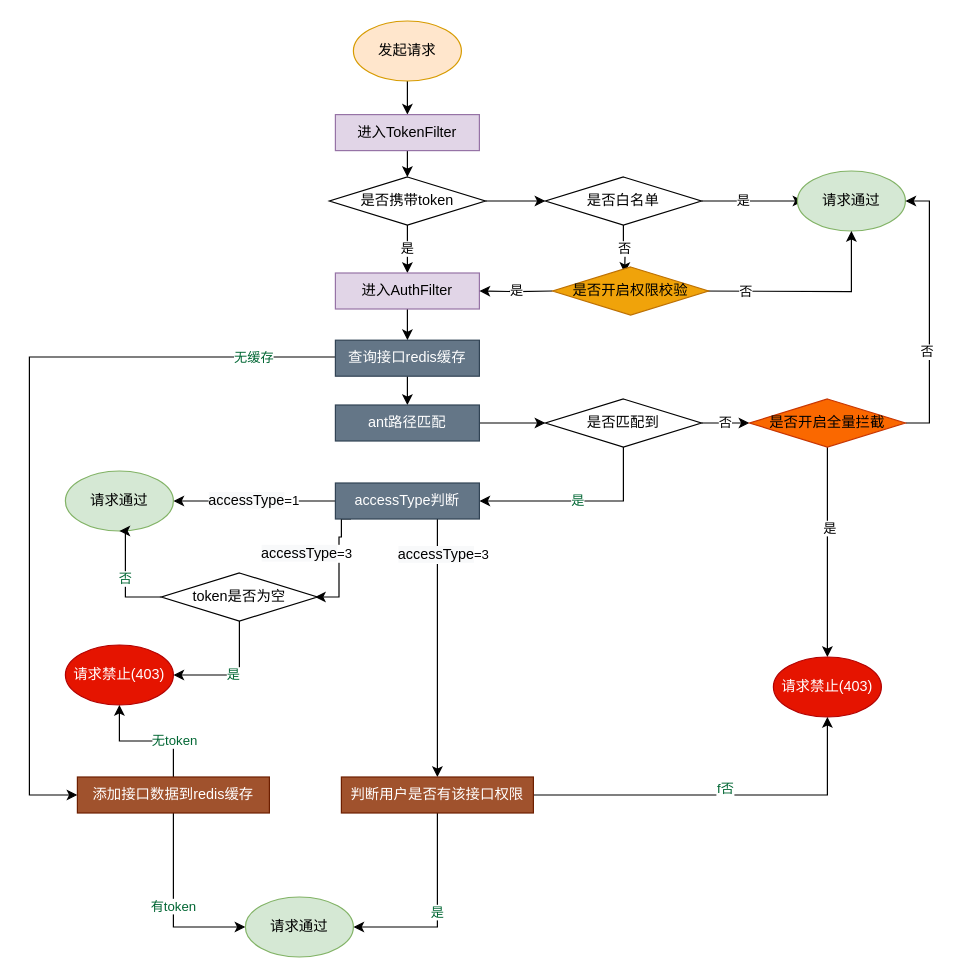
Earlier version of the draw.io diagram Untitled Diagram.drawio (lsdu0/drawio). Source tidied: cells renumbered, new cells numbered last; positions are measured from the earlier drawing's top-left corner, leaving out a move shared by most shapes. Both pictures are drawn from the tidied source at 120%, with x=0, y=0 at pixel (29, 20).
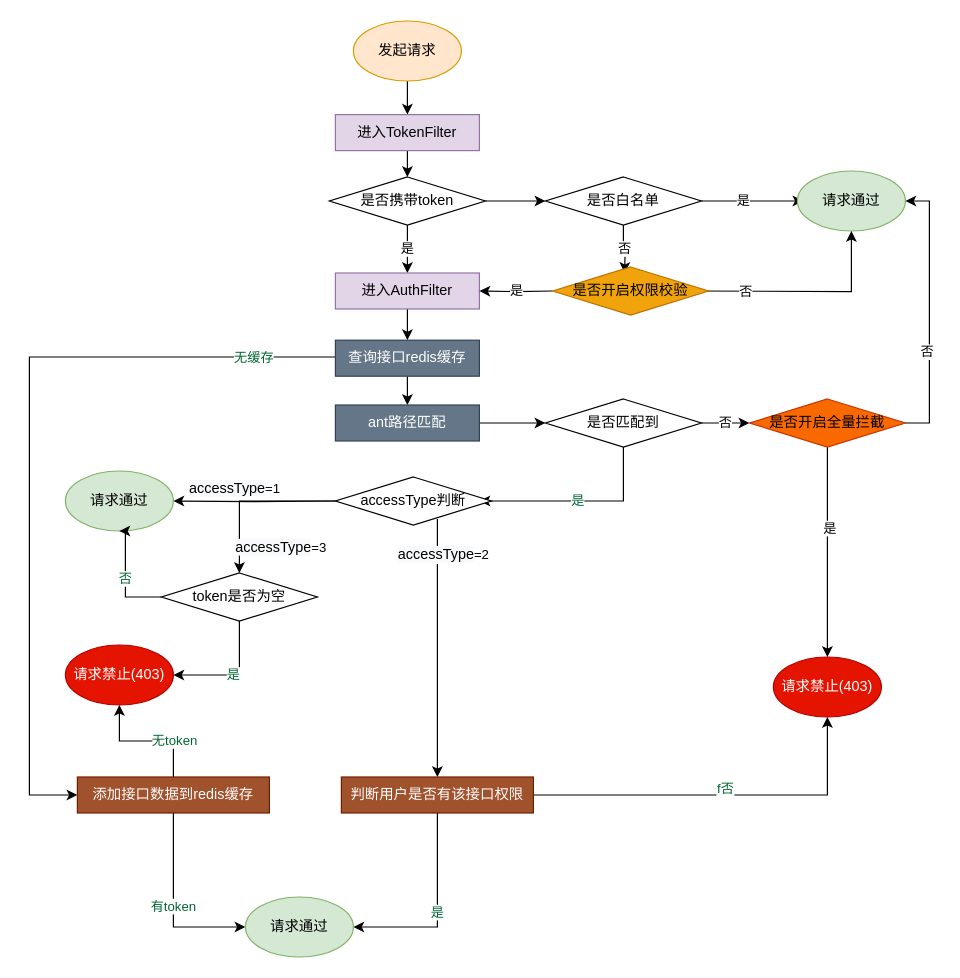
After the change.

Unchanged cells that the change refers to:
```xml
<mxCell id="29" value="是否匹配到" style="rhombus;whiteSpace=wrap;html=1;" parent="1" vertex="1">
  <mxGeometry x="430" y="315" width="130" height="40" as="geometry" />
</mxCell>
<mxCell id="41" value="请求通过" style="ellipse;whiteSpace=wrap;html=1;fillColor=#d5e8d4;strokeColor=#82b366;" parent="1" vertex="1">
  <mxGeometry x="30" y="375" width="90" height="50" as="geometry" />
</mxCell>
<mxCell id="44" value="token是否为空&lt;br&gt;" style="rhombus;whiteSpace=wrap;html=1;" parent="1" vertex="1">
  <mxGeometry x="110" y="460" width="130" height="40" as="geometry" />
</mxCell>
<mxCell id="47" value="判断用户是否有该接口权限" style="whiteSpace=wrap;html=1;fillColor=#a0522d;strokeColor=#6D1F00;fontColor=#ffffff;rounded=0;" parent="1" vertex="1">
  <mxGeometry x="260" y="630" width="160" height="30" as="geometry" />
</mxCell>
```

The edit, as a diff of the source:
```diff
@@
-    <mxCell id="28" value="是" style="edgeStyle=orthogonalEdgeStyle;rounded=0;jettySize=auto;html=1;entryX=1;entryY=0.5;entryDx=0;entryDy=0;fontColor=#006633;" parent="1" edge="1" source="29" target="39">
+    <mxCell id="28" value="是" style="edgeStyle=orthogonalEdgeStyle;rounded=0;jettySize=auto;html=1;entryX=1;entryY=0.5;entryDx=0;entryDy=0;fontColor=#006633;" parent="1" edge="1" source="29">
       <mxGeometry relative="1" as="geometry">
+        <mxPoint x="375" y="400" as="targetPoint" />
         <Array as="points">
           <mxPoint x="495" y="400" />
         </Array>
       </mxGeometry>
     </mxCell>
@@
-    <mxCell id="35" value="&lt;span style=&quot;font-size: 12px; background-color: rgb(248, 249, 250);&quot;&gt;accessType&lt;/span&gt;=1" style="edgeStyle=orthogonalEdgeStyle;rounded=0;jettySize=auto;html=1;entryX=1;entryY=0.5;entryDx=0;entryDy=0;" parent="1" edge="1" source="39" target="41">
-      <mxGeometry relative="1" as="geometry" />
+    <mxCell id="35" value="&lt;span style=&quot;font-size: 12px; background-color: rgb(248, 249, 250);&quot;&gt;accessType&lt;/span&gt;=1" style="edgeStyle=orthogonalEdgeStyle;rounded=0;jettySize=auto;html=1;entryX=1;entryY=0.5;entryDx=0;entryDy=0;" parent="1" edge="1" target="41">
+      <mxGeometry x="0.26" y="-10" relative="1" as="geometry">
+        <mxPoint x="255" y="400" as="sourcePoint" />
+      </mxGeometry>
     </mxCell>
-    <mxCell id="36" style="edgeStyle=orthogonalEdgeStyle;rounded=0;orthogonalLoop=1;jettySize=auto;html=1;entryX=1;entryY=0.5;entryDx=0;entryDy=0;fontColor=#006633;" parent="1" edge="1">
-      <mxGeometry relative="1" as="geometry">
-        <mxPoint x="268" y="415" as="sourcePoint" />
-        <mxPoint x="238" y="480" as="targetPoint" />
-        <Array as="points">
-          <mxPoint x="260" y="415" />
-          <mxPoint x="260" y="430" />
-          <mxPoint x="258" y="430" />
-          <mxPoint x="258" y="480" />
-        </Array>
-      </mxGeometry>
-    </mxCell>
-    <mxCell id="37" value="&lt;span style=&quot;color: rgb(0, 0, 0); font-size: 12px; background-color: rgb(248, 249, 250);&quot;&gt;accessType&lt;/span&gt;&lt;span style=&quot;color: rgb(0, 0, 0);&quot;&gt;=3&lt;/span&gt;" style="edgeLabel;html=1;align=center;verticalAlign=middle;fontColor=#006633;" parent="36" vertex="1">
-      <mxGeometry x="-0.19" relative="1" as="geometry">
-        <mxPoint x="-28" as="offset" />
-      </mxGeometry>
-    </mxCell>
-    <mxCell id="38" style="edgeStyle=orthogonalEdgeStyle;rounded=0;jettySize=auto;html=1;fontColor=#006633;" parent="1" edge="1" source="39" target="47">
+    <mxCell id="38" style="edgeStyle=orthogonalEdgeStyle;rounded=0;jettySize=auto;html=1;fontColor=#006633;" parent="1" edge="1" target="47">
       <mxGeometry relative="1" as="geometry">
+        <mxPoint x="340" y="415" as="sourcePoint" />
         <Array as="points">
           <mxPoint x="340" y="430" />
           <mxPoint x="340" y="430" />
         </Array>
       </mxGeometry>
     </mxCell>
-    <mxCell id="39" value="accessType判断" style="rounded=0;whiteSpace=wrap;html=1;fillColor=#647687;strokeColor=#314354;fontColor=#ffffff;" parent="1" vertex="1">
-      <mxGeometry x="255" y="385" width="120" height="30" as="geometry" />
-    </mxCell>
@@
-    <mxCell id="48" value="&lt;span style=&quot;color: rgb(0, 0, 0); font-size: 12px; background-color: rgb(248, 249, 250);&quot;&gt;accessType&lt;/span&gt;&lt;span style=&quot;color: rgb(0, 0, 0);&quot;&gt;=3&lt;/span&gt;" style="edgeLabel;html=1;align=center;verticalAlign=middle;fontColor=#006633;" parent="1" vertex="1">
+    <mxCell id="48" value="&lt;span style=&quot;color: rgb(0, 0, 0); font-size: 12px; background-color: rgb(248, 249, 250);&quot;&gt;accessType&lt;/span&gt;&lt;span style=&quot;color: rgb(0, 0, 0);&quot;&gt;=2&lt;/span&gt;" style="edgeLabel;html=1;align=center;verticalAlign=middle;fontColor=#006633;" parent="1" vertex="1">
       <mxGeometry x="240" y="450" as="geometry">
         <mxPoint x="104" y="-6" as="offset" />
       </mxGeometry>
     </mxCell>
@@
+    <mxCell id="54" style="edgeStyle=orthogonalEdgeStyle;rounded=0;jettySize=auto;html=1;entryX=0.5;entryY=0;entryDx=0;entryDy=0;" parent="1" edge="1" source="39" target="44">
+      <mxGeometry relative="1" as="geometry" />
+    </mxCell>
+    <mxCell id="39" value="accessType判断" style="rhombus;whiteSpace=wrap;html=1;" parent="1" vertex="1">
+      <mxGeometry x="255" y="380" width="130" height="40" as="geometry" />
+    </mxCell>
+    <mxCell id="37" value="&lt;span style=&quot;border-color: var(--border-color); color: rgb(0, 0, 0); font-family: Helvetica; font-size: 12px; font-style: normal; font-variant-ligatures: normal; font-variant-caps: normal; font-weight: 400; letter-spacing: normal; orphans: 2; text-align: center; text-indent: 0px; text-transform: none; widows: 2; word-spacing: 0px; -webkit-text-stroke-width: 0px; text-decoration-style: initial; text-decoration-color: initial; background-color: rgb(248, 249, 250);&quot;&gt;accessType&lt;/span&gt;&lt;span style=&quot;color: rgb(0, 0, 0); font-family: Helvetica; font-size: 11px; font-style: normal; font-variant-ligatures: normal; font-variant-caps: normal; font-weight: 400; letter-spacing: normal; orphans: 2; text-align: center; text-indent: 0px; text-transform: none; widows: 2; word-spacing: 0px; -webkit-text-stroke-width: 0px; background-color: rgb(255, 255, 255); text-decoration-style: initial; text-decoration-color: initial; float: none; display: inline !important;&quot;&gt;=3&lt;/span&gt;" style="text;whiteSpace=wrap;html=1;" parent="1" vertex="1">
+      <mxGeometry x="170" y="425" width="80" height="10" as="geometry" />
+    </mxCell>
```
